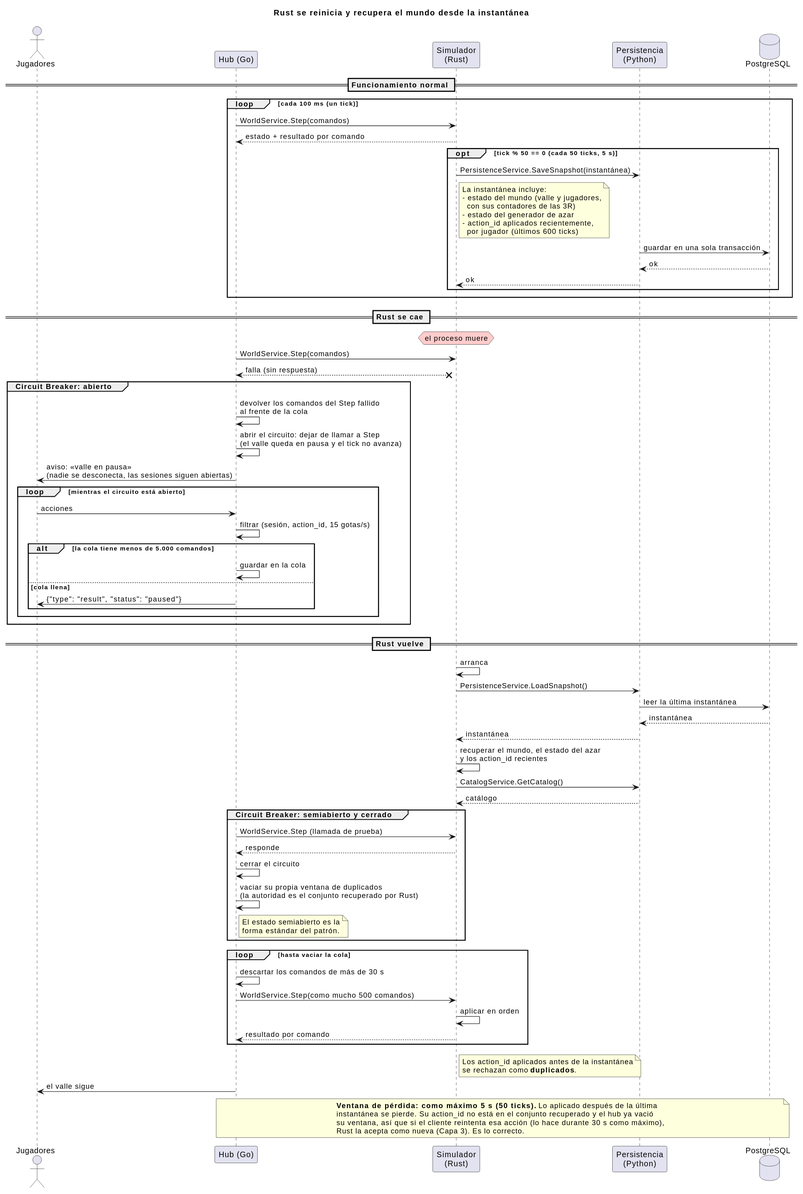
iadev2005/hydrovalley keeps this PlantUML diagram as docs/diagrams/04-secuencia-reinicio-rust.svg. Above is the earlier version.
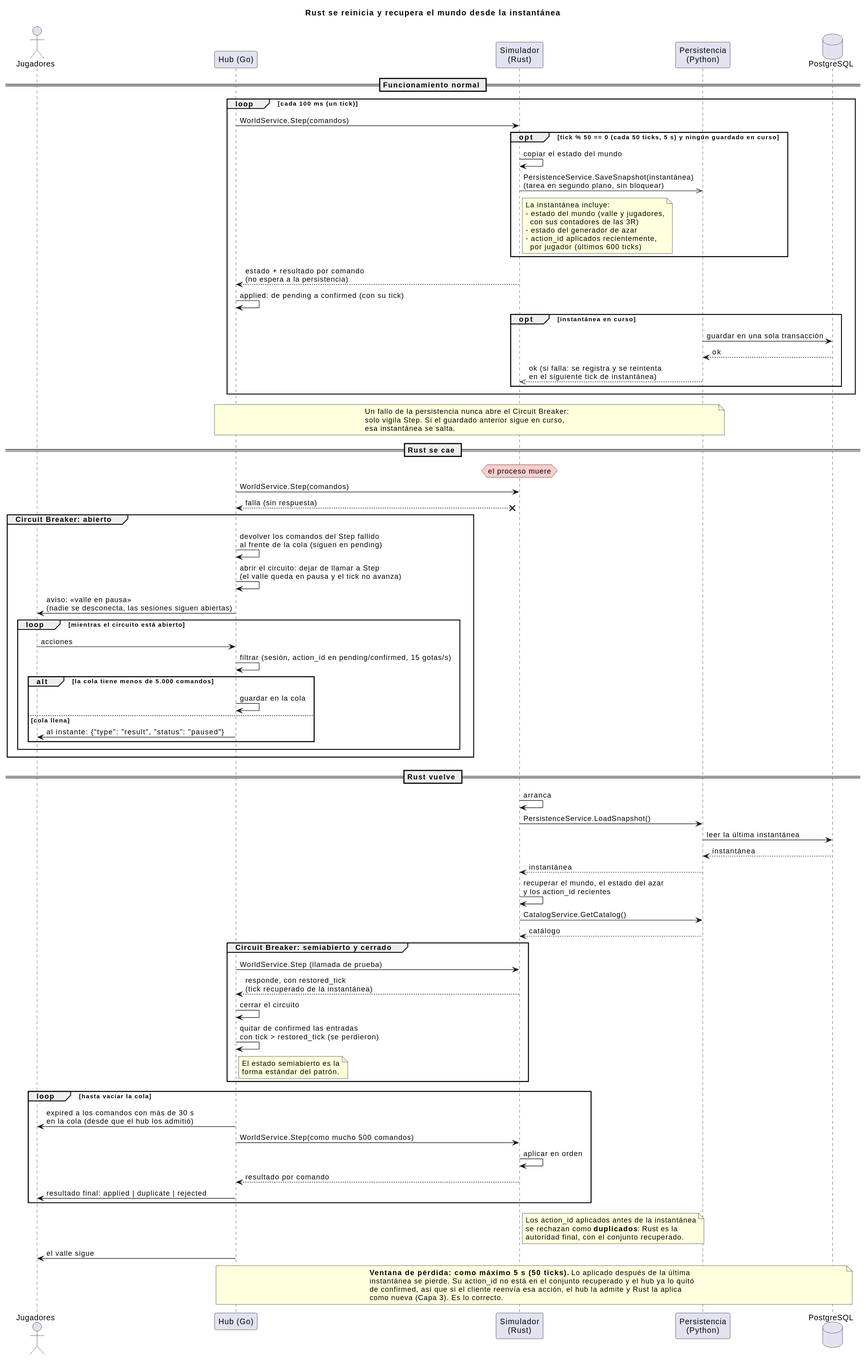
The same diagram one commit later.

The edit, as a diff of the source:
```diff
@@ -11,9 +11,9 @@
 
 loop cada 100 ms (un tick)
   Hub -> World : WorldService.Step(comandos)
-  World --> Hub : estado + resultado por comando
-  opt tick % 50 == 0 (cada 50 ticks, 5 s)
-    World -> Persistence : PersistenceService.SaveSnapshot(instantánea)
+  opt tick % 50 == 0 (cada 50 ticks, 5 s) y ningún guardado en curso
+    World -> World : copiar el estado del mundo
+    World ->> Persistence : PersistenceService.SaveSnapshot(instantánea)\n(tarea en segundo plano, sin bloquear)
     note right of World
       La instantánea incluye:
       - estado del mundo (valle y jugadores,
@@ -22,11 +22,20 @@
       - action_id aplicados recientemente,
         por jugador (últimos 600 ticks)
     end note
+  end
+  World --> Hub : estado + resultado por comando\n(no espera a la persistencia)
+  Hub -> Hub : applied: de pending a confirmed (con su tick)
+  opt instantánea en curso
     Persistence -> Db : guardar en una sola transacción
     Db --> Persistence : ok
-    Persistence --> World : ok
+    Persistence -->> World : ok (si falla: se registra y se reintenta\nen el siguiente tick de instantánea)
   end
 end
+note over Hub, Persistence
+  Un fallo de la persistencia nunca abre el Circuit Breaker:
+  solo vigila Step. Si el guardado anterior sigue en curso,
+  esa instantánea se salta.
+end note
 
 == Rust se cae ==
 
@@ -35,16 +44,16 @@
 Hub <--x World : falla (sin respuesta)
 
 group Circuit Breaker: abierto
-  Hub -> Hub : devolver los comandos del Step fallido\nal frente de la cola
+  Hub -> Hub : devolver los comandos del Step fallido\nal frente de la cola (siguen en pending)
   Hub -> Hub : abrir el circuito: dejar de llamar a Step\n(el valle queda en pausa y el tick no avanza)
   Hub -> Players : aviso: «valle en pausa»\n(nadie se desconecta, las sesiones siguen abiertas)
   loop mientras el circuito está abierto
     Players -> Hub : acciones
-    Hub -> Hub : filtrar (sesión, action_id, 15 gotas/s)
+    Hub -> Hub : filtrar (sesión, action_id en pending/confirmed, 15 gotas/s)
     alt la cola tiene menos de 5.000 comandos
       Hub -> Hub : guardar en la cola
     else cola llena
-      Hub -> Players : {"type": "result", "status": "paused"}
+      Hub -> Players : al instante: {"type": "result", "status": "paused"}
     end
   end
 end
@@ -62,9 +71,9 @@
 
 group Circuit Breaker: semiabierto y cerrado
   Hub -> World : WorldService.Step (llamada de prueba)
-  World --> Hub : responde
+  World --> Hub : responde, con restored_tick\n(tick recuperado de la instantánea)
   Hub -> Hub : cerrar el circuito
-  Hub -> Hub : vaciar su propia ventana de duplicados\n(la autoridad es el conjunto recuperado por Rust)
+  Hub -> Hub : quitar de confirmed las entradas\ncon tick > restored_tick (se perdieron)
   note right of Hub
     El estado semiabierto es la
     forma estándar del patrón.
@@ -72,21 +81,23 @@
 end
 
 loop hasta vaciar la cola
-  Hub -> Hub : descartar los comandos de más de 30 s
+  Hub -> Players : expired a los comandos con más de 30 s\nen la cola (desde que el hub los admitió)
   Hub -> World : WorldService.Step(como mucho 500 comandos)
   World -> World : aplicar en orden
   World --> Hub : resultado por comando
+  Hub -> Players : resultado final: applied | duplicate | rejected
 end
 note right of World
   Los action_id aplicados antes de la instantánea
-  se rechazan como <b>duplicados</b>.
+  se rechazan como <b>duplicados</b>: Rust es la
+  autoridad final, con el conjunto recuperado.
 end note
 Hub -> Players : el valle sigue
 
 note over Hub, Db
   <b>Ventana de pérdida: como máximo 5 s (50 ticks).</b> Lo aplicado después de la última
-  instantánea se pierde. Su action_id no está en el conjunto recuperado y el hub ya vació
-  su ventana, así que si el cliente reintenta esa acción (lo hace durante 30 s como máximo),
-  Rust la acepta como nueva (Capa 3). Es lo correcto.
+  instantánea se pierde. Su action_id no está en el conjunto recuperado y el hub ya lo quitó
+  de confirmed, así que si el cliente reenvía esa acción, el hub la admite y Rust la aplica
+  como nueva (Capa 3). Es lo correcto.
 end note
 @enduml
```
